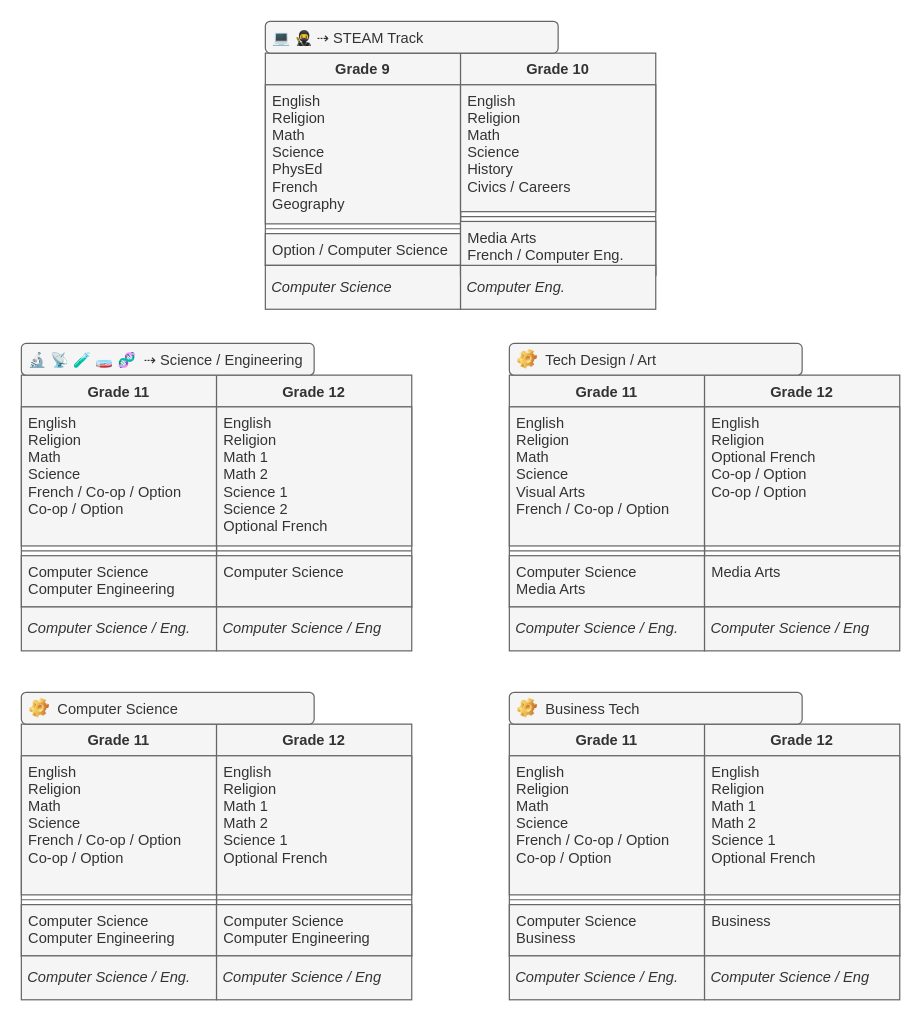
Above: STEAM.drawio in Mr-Coxall/STEAM (draw.io), before the change. Source tidied: cells renumbered, new cells numbered last; positions are measured from the earlier drawing's top-left corner, leaving out a move shared by most shapes. Both pictures are drawn from the tidied source at 122%, with x=0, y=0 at pixel (21, 21).
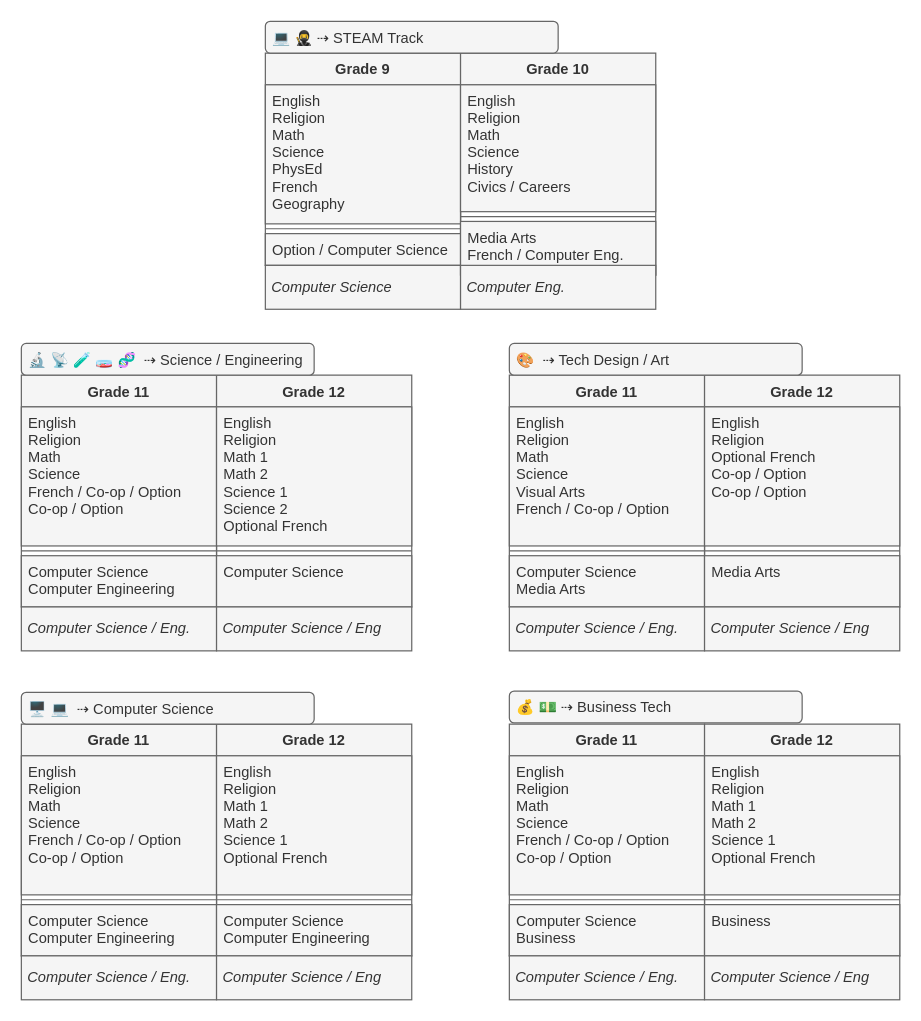
The same page after the edit.

What changed in the source:
```diff
@@
-    <mxCell id="27" value="Tech Design / Art" style="label;fontStyle=0;strokeColor=#666666;fillColor=#f5f5f5;align=left;verticalAlign=top;overflow=hidden;spacingLeft=28;spacingRight=4;imageWidth=16;imageHeight=16;image=img/clipart/Gear_128x128.png;fontColor=#333333;" parent="1" vertex="1">
-      <mxGeometry x="400" y="264" width="240" height="26" as="geometry" />
-    </mxCell>
@@
-    <mxCell id="38" value="Computer Science" style="label;fontStyle=0;strokeColor=#666666;fillColor=#f5f5f5;align=left;verticalAlign=top;overflow=hidden;spacingLeft=28;spacingRight=4;imageWidth=16;imageHeight=16;image=img/clipart/Gear_128x128.png;fontColor=#333333;" parent="1" vertex="1">
-      <mxGeometry y="550" width="240" height="26" as="geometry" />
-    </mxCell>
@@
-    <mxCell id="49" value="Business Tech" style="label;fontStyle=0;strokeColor=#666666;fillColor=#f5f5f5;align=left;verticalAlign=top;overflow=hidden;spacingLeft=28;spacingRight=4;imageWidth=16;imageHeight=16;image=img/clipart/Gear_128x128.png;fontColor=#333333;" parent="1" vertex="1">
-      <mxGeometry x="400" y="550" width="240" height="26" as="geometry" />
-    </mxCell>
@@
+    <mxCell id="57" value="🎨  ⇢ Tech Design / Art" style="text;strokeColor=#666666;fillColor=#f5f5f5;align=left;verticalAlign=top;spacingLeft=4;spacingRight=4;overflow=hidden;fontColor=#333333;rounded=1;" parent="1" vertex="1">
+      <mxGeometry x="400" y="264" width="240" height="26" as="geometry" />
+    </mxCell>
+    <mxCell id="58" value="🖥️ 💻  ⇢ Computer Science" style="text;strokeColor=#666666;fillColor=#f5f5f5;align=left;verticalAlign=top;spacingLeft=4;spacingRight=4;overflow=hidden;fontColor=#333333;rounded=1;" parent="1" vertex="1">
+      <mxGeometry y="550" width="240" height="26" as="geometry" />
+    </mxCell>
+    <mxCell id="59" value="💰 💵 ⇢ Business Tech" style="text;strokeColor=#666666;fillColor=#f5f5f5;align=left;verticalAlign=top;spacingLeft=4;spacingRight=4;overflow=hidden;fontColor=#333333;rounded=1;" parent="1" vertex="1">
+      <mxGeometry x="400" y="549" width="240" height="26" as="geometry" />
+    </mxCell>
```
